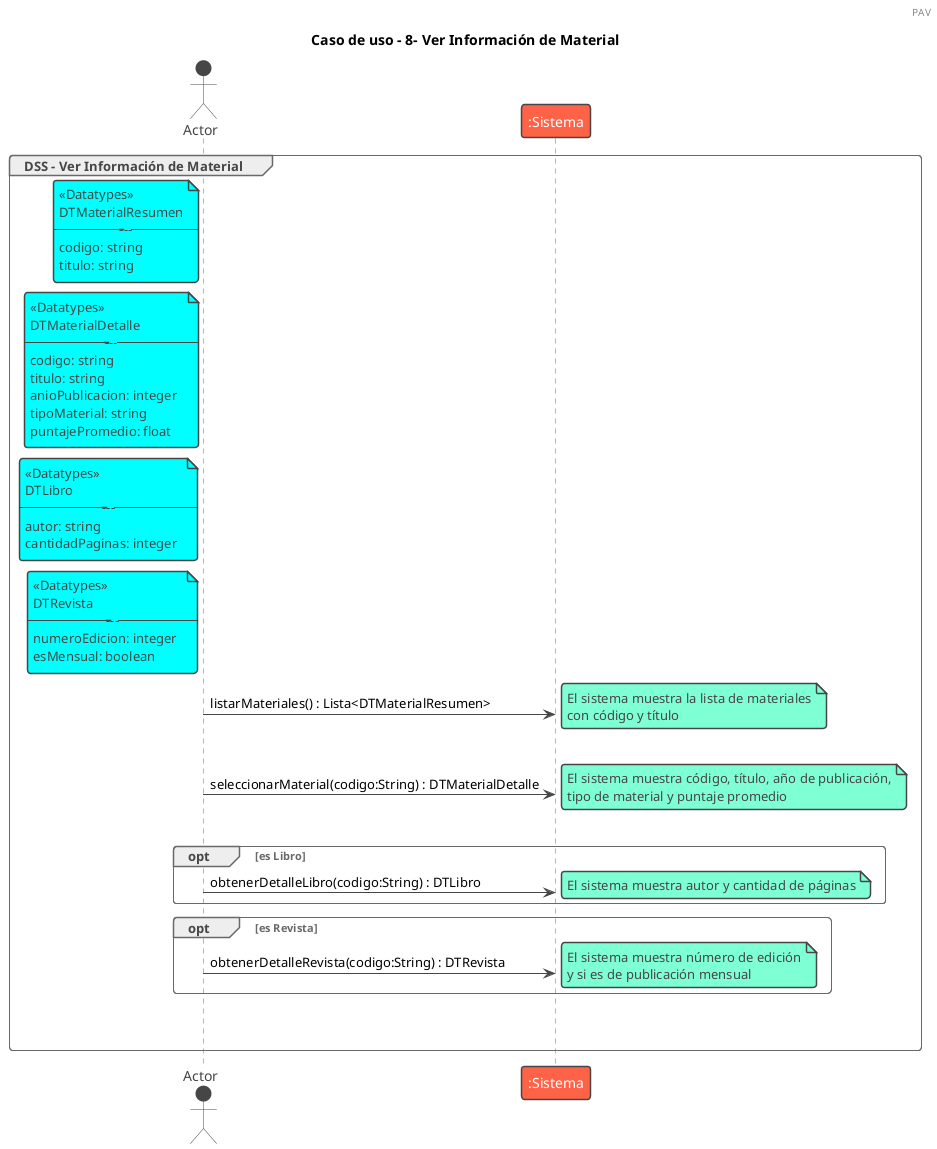
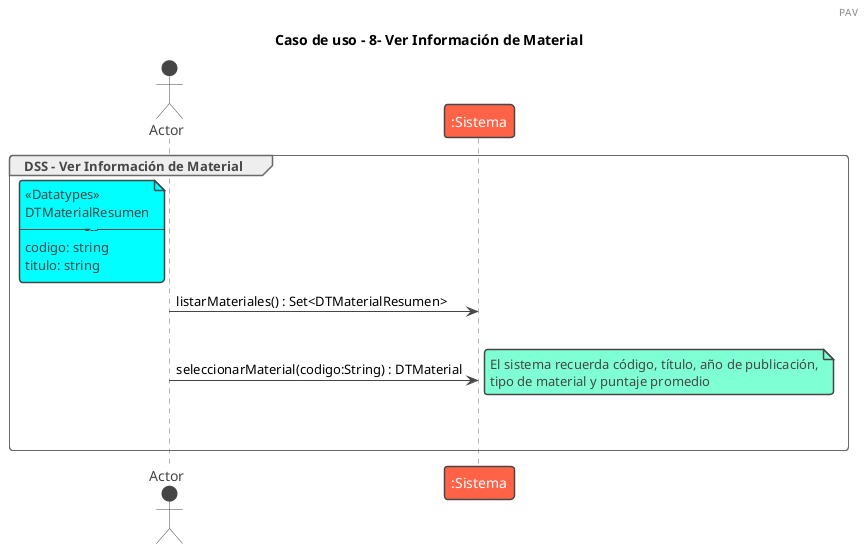
@startuml verInformacionMaterial

/' El caso de uso comienza cuando el actor desea consultar la información de un
 material. El sistema muestra la lista de materiales registrados indicando su código
 y título, y el actor selecciona uno de ellos. A continuación, el sistema muestra el
 código, el título, el año de
 publicación, el tipo de material y el puntaje promedio. En caso de tratarse de un
 libro, también muestra el autor y la cantidad de páginas; en caso de tratarse de
 una revista, muestra el número de edición y si es de publicación mensual. '/

!theme vibrant
header PAV

title Caso de uso - 8- Ver Información de Material

group DSS - Ver Información de Material
Actor Actor

' El actor puede ser un funcionario o un lector, pero para simplificar se representa como Actor

+ 
note left of Actor #aqua
<<Datatypes>>
DTMaterialResumen
-----------
codigo: string
titulo: string
end note

- note left of Actor #aqua
- <<Datatypes>>
- DTMaterialDetalle
- -----------
- codigo: string
- titulo: string
- anioPublicacion: integer
- tipoMaterial: string
- puntajePromedio: float
- end note

- note left of Actor #aqua
- <<Datatypes>>
- DTLibro
- -----------
- autor: string
- cantidadPaginas: integer
- end note
- 
- note left of Actor #aqua
- <<Datatypes>>
- DTRevista
- -----------
- numeroEdicion: integer
- esMensual: boolean
- end note
- 
- Actor -> ":Sistema" : listarMateriales() : Lista<DTMaterialResumen>
- note right: El sistema muestra la lista de materiales\ncon código y título
- 
+ Actor -> ":Sistema" : listarMateriales() : Set<DTMaterialResumen>
|||

- Actor -> ":Sistema" : seleccionarMaterial(codigo:String) : DTMaterialDetalle
- note right: El sistema muestra código, título, año de publicación,\ntipo de material y puntaje promedio
+ Actor -> ":Sistema" : seleccionarMaterial(codigo:String) : DTMaterial
+ note right: El sistema recuerda código, título, año de publicación,\ntipo de material y puntaje promedio

- |||
- 
- opt es Libro
-     Actor -> ":Sistema" : obtenerDetalleLibro(codigo:String) : DTLibro
-     note right: El sistema muestra autor y cantidad de páginas
- end
- 
- opt es Revista
-     Actor -> ":Sistema" : obtenerDetalleRevista(codigo:String) : DTRevista
-     note right: El sistema muestra número de edición\ny si es de publicación mensual
- end

|||
|||

end
- @enduml+ @enduml
+ 
